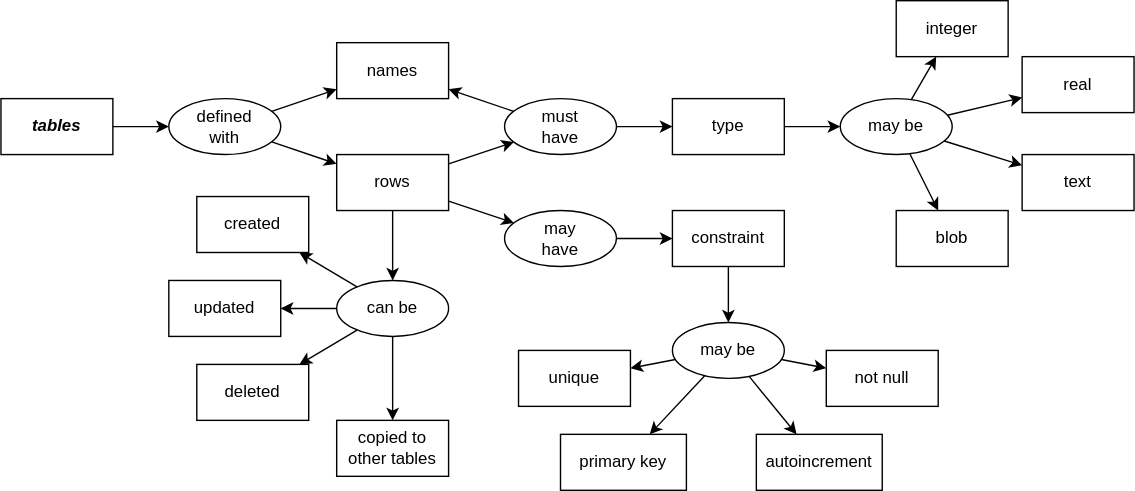
gvwilson/sql-tutorial keeps this draw.io diagram as img/concept_map_datamod.svg. Above is the earlier version. Source tidied: cells renumbered, new cells last; positions are measured from the earlier drawing's top-left corner, leaving out a move shared by most shapes.
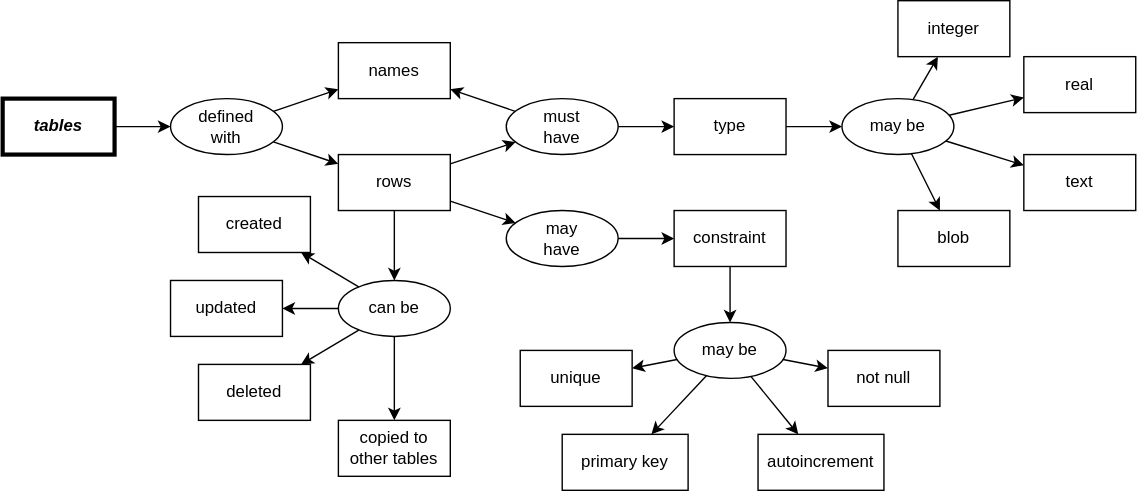
After the change.

Commit message:
feat: concept map for temporary tables

Diff of the diagram source:
```diff
@@ -2,7 +2,7 @@
   <root>
     <mxCell id="0" />
     <mxCell id="1" parent="0" />
-    <mxCell id="2" value="&lt;i&gt;&lt;b&gt;tables&lt;/b&gt;&lt;/i&gt;" style="rounded=0;whiteSpace=wrap;html=1;fillColor=none;" parent="1" vertex="1">
+    <mxCell id="2" value="&lt;i&gt;&lt;b&gt;tables&lt;/b&gt;&lt;/i&gt;" style="rounded=0;whiteSpace=wrap;html=1;fillColor=none;strokeWidth=3;" parent="1" vertex="1">
       <mxGeometry y="70" width="80" height="40" as="geometry" />
     </mxCell>
     <mxCell id="3" value="defined&lt;br&gt;with" style="ellipse;whiteSpace=wrap;html=1;fillColor=none;" parent="1" vertex="1">
```
